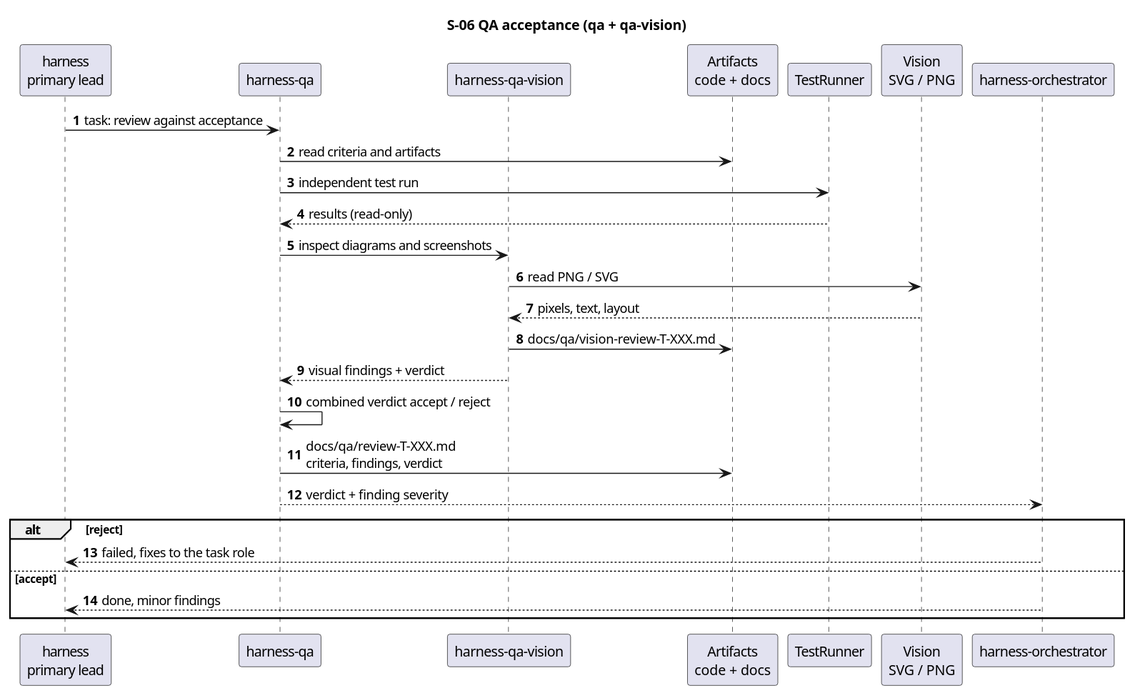
The PlantUML diagram docs/description/diagrams/seq-06-qa.svg in serge-sasov/harness, before a commit.
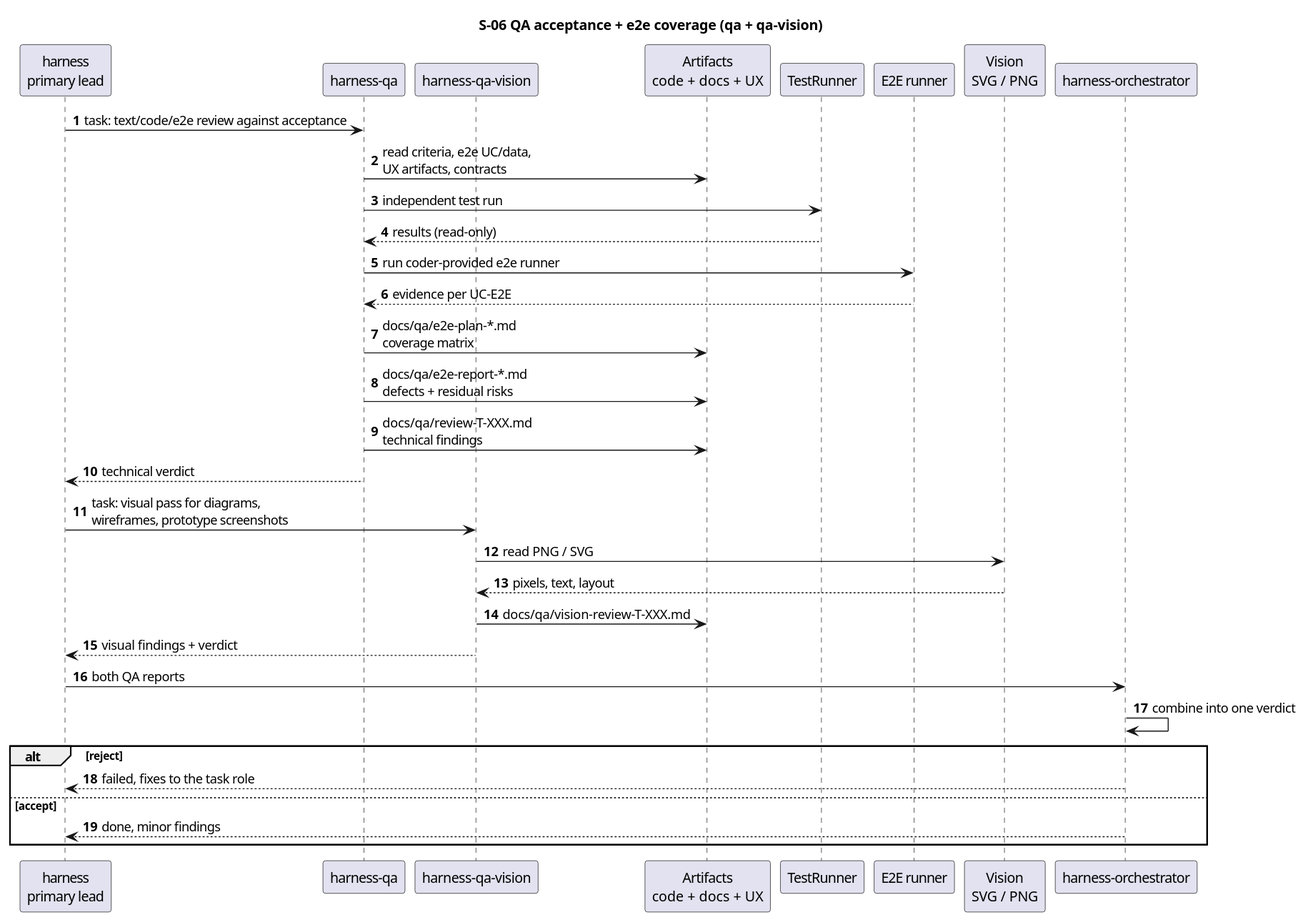
The same diagram one commit later.

What changed in the source:
```diff
@@ -1,28 +1,36 @@
 @startuml
 autonumber
 skinparam defaultFontName Segoe UI
-title S-06 QA acceptance (qa + qa-vision)
+title S-06 QA acceptance + e2e coverage (qa + qa-vision)
 
 participant "harness\nprimary lead" as primary
 participant "harness-qa" as qa
 participant "harness-qa-vision" as qavision
-participant "Artifacts\ncode + docs" as store
+participant "Artifacts\ncode + docs + UX" as store
 participant "TestRunner" as tests
+participant "E2E runner" as e2e
 participant "Vision\nSVG / PNG" as vision
 participant "harness-orchestrator" as orch
 
-primary -> qa : task: review against acceptance
-qa -> store : read criteria and artifacts
+primary -> qa : task: text/code/e2e review against acceptance
+qa -> store : read criteria, e2e UC/data,\nUX artifacts, contracts
 qa -> tests : independent test run
 tests --> qa : results (read-only)
-qa -> qavision : inspect diagrams and screenshots
+qa -> e2e : run coder-provided e2e runner
+e2e --> qa : evidence per UC-E2E
+qa -> store : docs/qa/e2e-plan-*.md\ncoverage matrix
+qa -> store : docs/qa/e2e-report-*.md\ndefects + residual risks
+qa -> store : docs/qa/review-T-XXX.md\ntechnical findings
+qa --> primary : technical verdict
+
+primary -> qavision : task: visual pass for diagrams,\nwireframes, prototype screenshots
 qavision -> vision : read PNG / SVG
 vision --> qavision : pixels, text, layout
 qavision -> store : docs/qa/vision-review-T-XXX.md
-qavision --> qa : visual findings + verdict
-qa -> qa : combined verdict accept / reject
-qa -> store : docs/qa/review-T-XXX.md\ncriteria, findings, verdict
-qa --> orch : verdict + finding severity
+qavision --> primary : visual findings + verdict
+
+primary -> orch : both QA reports
+orch -> orch : combine into one verdict
 alt reject
   orch --> primary : failed, fixes to the task role
 else accept
```
